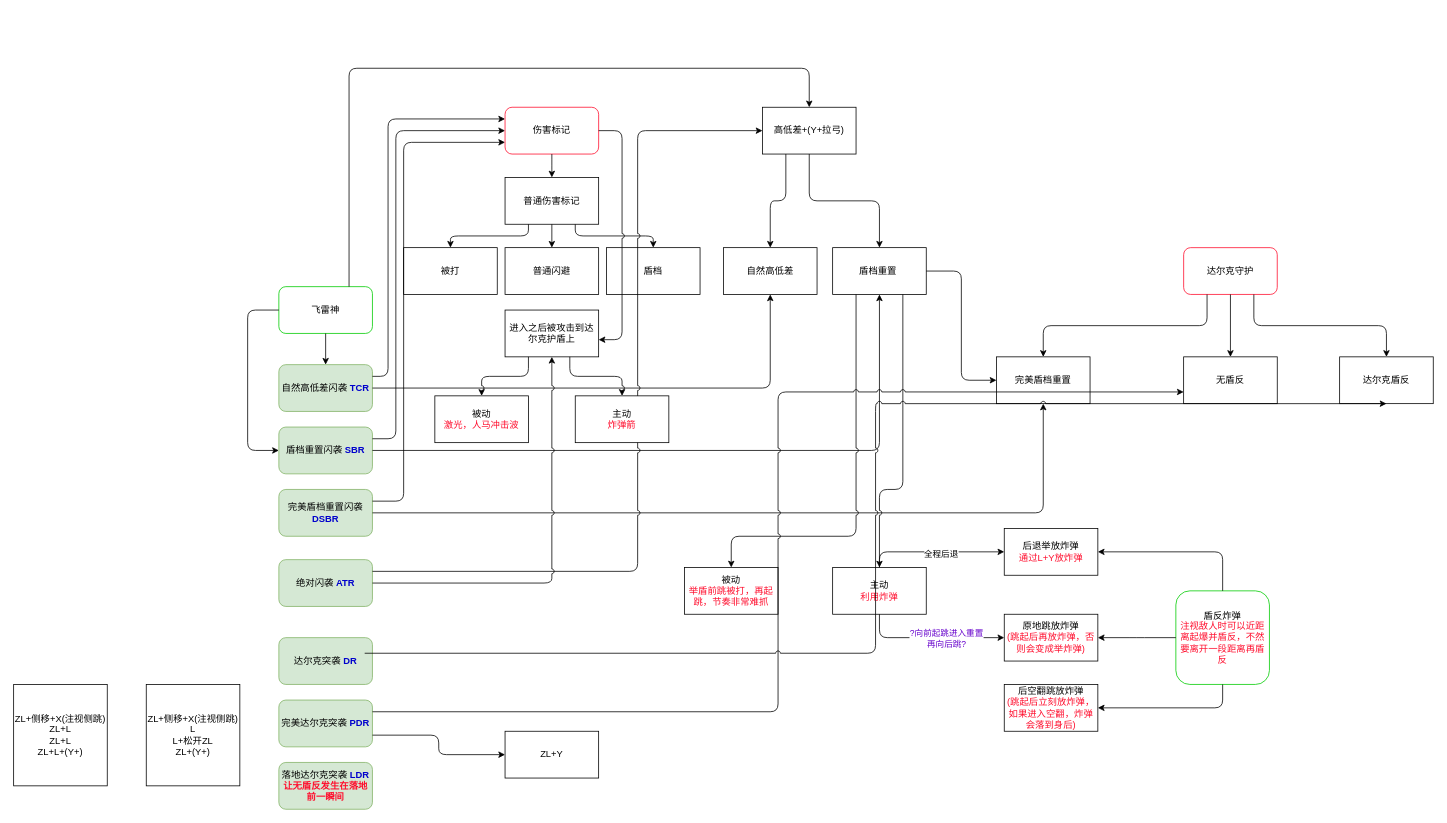
This is zelda.drawio from XiaoLiuAI/diagrams, a draw.io file, before an edit. Source tidied: cells renumbered, new cells numbered last; positions are measured from the earlier drawing's top-left corner, leaving out a move shared by most shapes. Both pictures are drawn from the tidied source at 78%, with x=0, y=0 at pixel (13, 68).
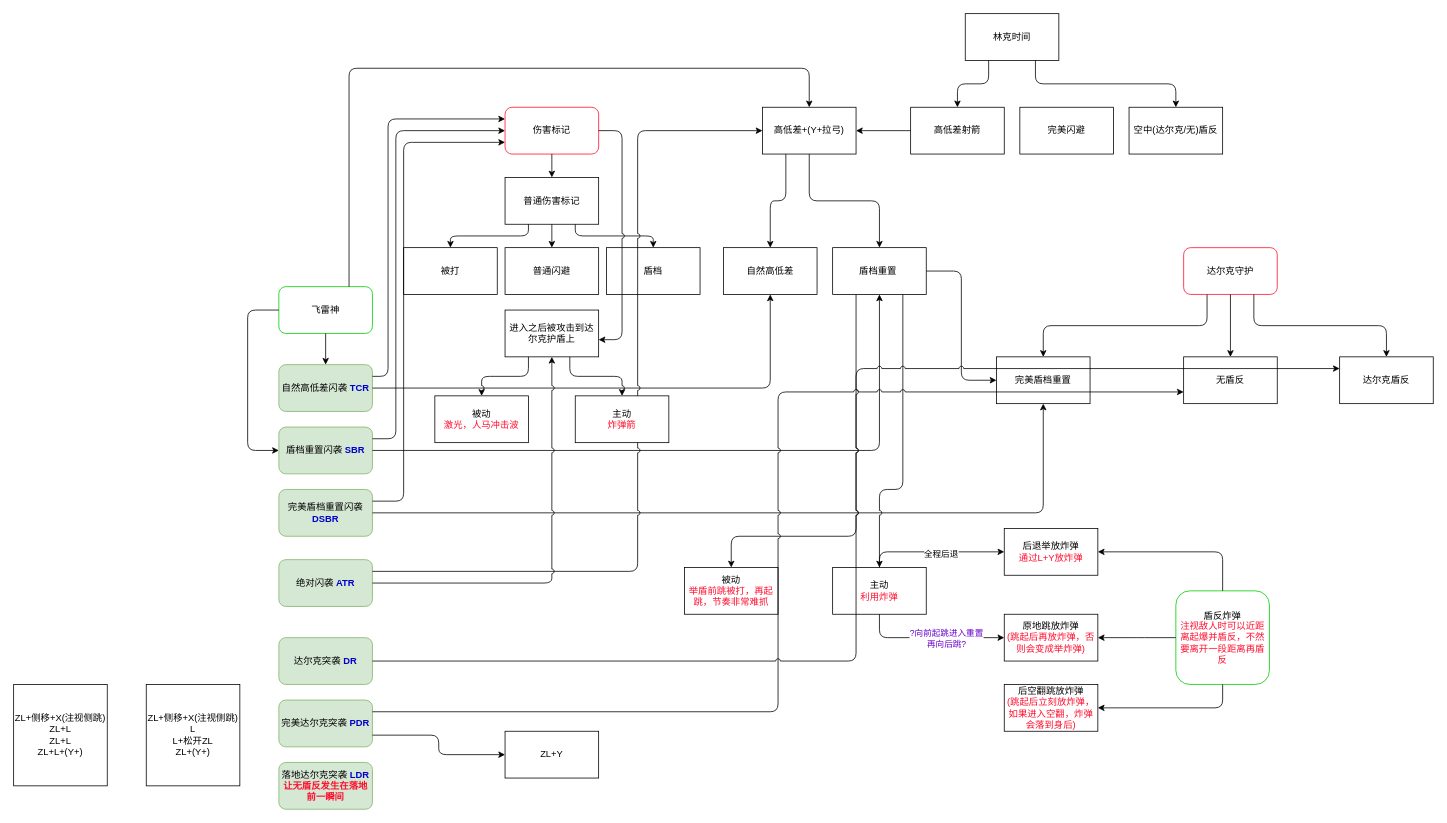
After the change.

Unchanged cells that the change refers to:
```xml
<mxCell id="12" value="高低差+(Y+拉弓)" style="rounded=0;whiteSpace=wrap;html=1;" parent="1" vertex="1">
  <mxGeometry x="960" y="50" width="120" height="60" as="geometry" />
</mxCell>
<mxCell id="48" value="达尔克突袭 &lt;b&gt;&lt;font color=&quot;#0000cc&quot;&gt;DR&lt;/font&gt;&lt;/b&gt;" style="rounded=1;whiteSpace=wrap;html=1;fillColor=#d5e8d4;strokeColor=#82b366;" parent="1" vertex="1">
  <mxGeometry x="340" y="730" width="120" height="60" as="geometry" />
</mxCell>
<mxCell id="67" value="达尔克盾反" style="rounded=0;whiteSpace=wrap;html=1;" parent="1" vertex="1">
  <mxGeometry x="1700" y="370" width="120" height="60" as="geometry" />
</mxCell>
```

Change to the diagram source:
```diff
@@
-    <mxCell id="69" style="edgeStyle=elbowEdgeStyle;endArrow=classic;html=1;exitX=0.917;exitY=0.333;exitDx=0;exitDy=0;jumpStyle=arc;strokeOpacity=100;entryX=0.5;entryY=1;entryDx=0;entryDy=0;exitPerimeter=0;" parent="1" edge="1" source="48" target="67">
+    <mxCell id="69" style="edgeStyle=elbowEdgeStyle;endArrow=classic;html=1;exitX=1;exitY=0.5;exitDx=0;exitDy=0;jumpStyle=arc;strokeOpacity=100;entryX=0;entryY=0.25;entryDx=0;entryDy=0;" parent="1" edge="1" source="48" target="67">
       <mxGeometry relative="1" as="geometry" />
     </mxCell>
+    <mxCell id="70" value="林克时间" style="whiteSpace=wrap;html=1;" parent="1" vertex="1">
+      <mxGeometry x="1220" y="-70" width="120" height="60" as="geometry" />
+    </mxCell>
+    <mxCell id="71" value="高低差射箭" style="whiteSpace=wrap;html=1;" parent="1" vertex="1">
+      <mxGeometry x="1150" y="50" width="120" height="60" as="geometry" />
+    </mxCell>
+    <mxCell id="72" value="完美闪避" style="whiteSpace=wrap;html=1;" parent="1" vertex="1">
+      <mxGeometry x="1290" y="50" width="120" height="60" as="geometry" />
+    </mxCell>
+    <mxCell id="73" style="edgeStyle=elbowEdgeStyle;elbow=vertical;endArrow=classic;html=1;entryX=0.5;entryY=0;entryDx=0;entryDy=0;exitX=0.25;exitY=1;exitDx=0;exitDy=0;" parent="1" edge="1" source="70" target="71">
+      <mxGeometry relative="1" as="geometry" />
+    </mxCell>
+    <mxCell id="74" style="endArrow=classic;html=1;entryX=1;entryY=0.5;entryDx=0;entryDy=0;" parent="1" edge="1" source="71" target="12">
+      <mxGeometry relative="1" as="geometry" />
+    </mxCell>
+    <mxCell id="75" value="空中(达尔克/无)盾反" style="whiteSpace=wrap;html=1;" parent="1" vertex="1">
+      <mxGeometry x="1430" y="50" width="120" height="60" as="geometry" />
+    </mxCell>
+    <mxCell id="76" style="edgeStyle=elbowEdgeStyle;elbow=vertical;endArrow=classic;html=1;entryX=0.5;entryY=0;entryDx=0;entryDy=0;exitX=0.75;exitY=1;exitDx=0;exitDy=0;" parent="1" edge="1" source="70" target="75">
+      <mxGeometry relative="1" as="geometry" />
+    </mxCell>
```
